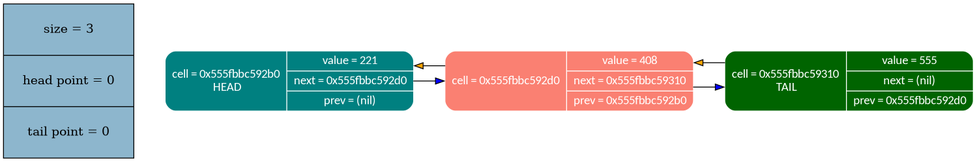
The Graphviz diagram dump_info/list_dump.png in MaxGroshev/pointer_list, before a commit. Its source is kept beside it as dump_info/list_dump.dot.
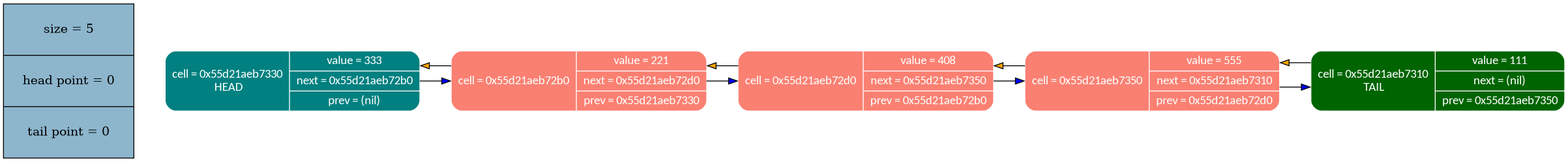
The same file after the commit.

Change to the diagram source:
```diff
@@ -3,17 +3,25 @@
 rankdir = "LR"
 splines = "ortho"
 
-node_stat [margin = "0.3*0.3", style = "filled", shape = "record", fillcolor = "#8DB6CD" label = "size = 3 | head point = 0 | tail point = 0"]
+node_stat [margin = "0.3*0.3", style = "filled", shape = "record", fillcolor = "#8DB6CD" label = "size = 5 | head point = 0 | tail point = 0"]
 {rank = source; node_stat}
 
-node0x555fbbc592b0 [shape = "Mrecord", fillcolor = "#008080", style = "filled", fontcolor = "white", fontname = "Calibri", color = "white", label = "{cell = 0x555fbbc592b0\n HEAD| {value = 221 |next = 0x555fbbc592d0 |prev = (nil)}}"]
-node0x555fbbc592b0 -> node0x555fbbc592d0 [color = "black", style = "invis", constraint = false, fillcolor = "",   fontcolor = "", fontname = "Calibri", label = ""];
-node0x555fbbc592b0 -> node0x555fbbc592d0 [color = "black", style = "", constraint = true, fillcolor = "blue",   fontcolor = "", fontname = "Calibri", label = ""];
-node0x555fbbc592d0 [shape = "Mrecord", fillcolor = "#FA8072", style = "filled", fontcolor = "white", fontname = "Calibri", color = "white", label = "{cell = 0x555fbbc592d0\n | {value = 408 |next = 0x555fbbc59310 |prev = 0x555fbbc592b0}}"]
-node0x555fbbc592d0 -> node0x555fbbc59310 [color = "black", style = "invis", constraint = true, fillcolor = "",   fontcolor = "", fontname = "Calibri", label = ""];
-node0x555fbbc592d0 -> node0x555fbbc59310 [color = "black", style = "", constraint = true, fillcolor = "blue",   fontcolor = "", fontname = "Calibri", label = ""];
-node0x555fbbc592d0 -> node0x555fbbc592b0 [color = "black", style = "", constraint = true, fillcolor = "orange",   fontcolor = "", fontname = "Calibri", label = ""];
-node0x555fbbc59310 [shape = "Mrecord", fillcolor = "#006400", style = "filled", fontcolor = "white", fontname = "Calibri", color = "white", label = "{cell = 0x555fbbc59310\n TAIL| {value = 555 |next = (nil) |prev = 0x555fbbc592d0}}"]
-node0x555fbbc59310 -> node0x555fbbc592d0 [color = "black", style = "invis", constraint = false, fillcolor = "",   fontcolor = "", fontname = "Calibri", label = ""];
-node0x555fbbc59310 -> node0x555fbbc592d0 [color = "black", style = "", constraint = true, fillcolor = "orange",   fontcolor = "", fontname = "Calibri", label = ""];
+node0x55db64f56330 [shape = "Mrecord", fillcolor = "#008080", style = "filled", fontcolor = "white", fontname = "Calibri", color = "white", label = "{cell = 0x55db64f56330\n HEAD| {value = 333 |next = 0x55db64f562b0 |prev = (nil)}}"]
+node0x55db64f56330 -> node0x55db64f562b0 [color = "black", style = "invis", constraint = false, fillcolor = "",   fontcolor = "", fontname = "Calibri", label = ""];
+node0x55db64f56330 -> node0x55db64f562b0 [color = "black", style = "", constraint = true, fillcolor = "blue",   fontcolor = "", fontname = "Calibri", label = ""];
+node0x55db64f562b0 [shape = "Mrecord", fillcolor = "#FA8072", style = "filled", fontcolor = "white", fontname = "Calibri", color = "white", label = "{cell = 0x55db64f562b0\n | {value = 221 |next = 0x55db64f562d0 |prev = 0x55db64f56330}}"]
+node0x55db64f562b0 -> node0x55db64f562d0 [color = "black", style = "invis", constraint = true, fillcolor = "",   fontcolor = "", fontname = "Calibri", label = ""];
+node0x55db64f562b0 -> node0x55db64f562d0 [color = "black", style = "", constraint = true, fillcolor = "blue",   fontcolor = "", fontname = "Calibri", label = ""];
+node0x55db64f562b0 -> node0x55db64f56330 [color = "black", style = "", constraint = true, fillcolor = "orange",   fontcolor = "", fontname = "Calibri", label = ""];
+node0x55db64f562d0 [shape = "Mrecord", fillcolor = "#FA8072", style = "filled", fontcolor = "white", fontname = "Calibri", color = "white", label = "{cell = 0x55db64f562d0\n | {value = 408 |next = 0x55db64f56350 |prev = 0x55db64f562b0}}"]
+node0x55db64f562d0 -> node0x55db64f56350 [color = "black", style = "invis", constraint = true, fillcolor = "",   fontcolor = "", fontname = "Calibri", label = ""];
+node0x55db64f562d0 -> node0x55db64f56350 [color = "black", style = "", constraint = true, fillcolor = "blue",   fontcolor = "", fontname = "Calibri", label = ""];
+node0x55db64f562d0 -> node0x55db64f562b0 [color = "black", style = "", constraint = true, fillcolor = "orange",   fontcolor = "", fontname = "Calibri", label = ""];
+node0x55db64f56350 [shape = "Mrecord", fillcolor = "#FA8072", style = "filled", fontcolor = "white", fontname = "Calibri", color = "white", label = "{cell = 0x55db64f56350\n | {value = 555 |next = 0x55db64f56310 |prev = 0x55db64f562d0}}"]
+node0x55db64f56350 -> node0x55db64f56310 [color = "black", style = "invis", constraint = true, fillcolor = "",   fontcolor = "", fontname = "Calibri", label = ""];
+node0x55db64f56350 -> node0x55db64f56310 [color = "black", style = "", constraint = true, fillcolor = "blue",   fontcolor = "", fontname = "Calibri", label = ""];
+node0x55db64f56350 -> node0x55db64f562d0 [color = "black", style = "", constraint = true, fillcolor = "orange",   fontcolor = "", fontname = "Calibri", label = ""];
+node0x55db64f56310 [shape = "Mrecord", fillcolor = "#006400", style = "filled", fontcolor = "white", fontname = "Calibri", color = "white", label = "{cell = 0x55db64f56310\n TAIL| {value = 111 |next = (nil) |prev = 0x55db64f56350}}"]
+node0x55db64f56310 -> node0x55db64f56350 [color = "black", style = "invis", constraint = false, fillcolor = "",   fontcolor = "", fontname = "Calibri", label = ""];
+node0x55db64f56310 -> node0x55db64f56350 [color = "black", style = "", constraint = true, fillcolor = "orange",   fontcolor = "", fontname = "Calibri", label = ""];
 }
```
